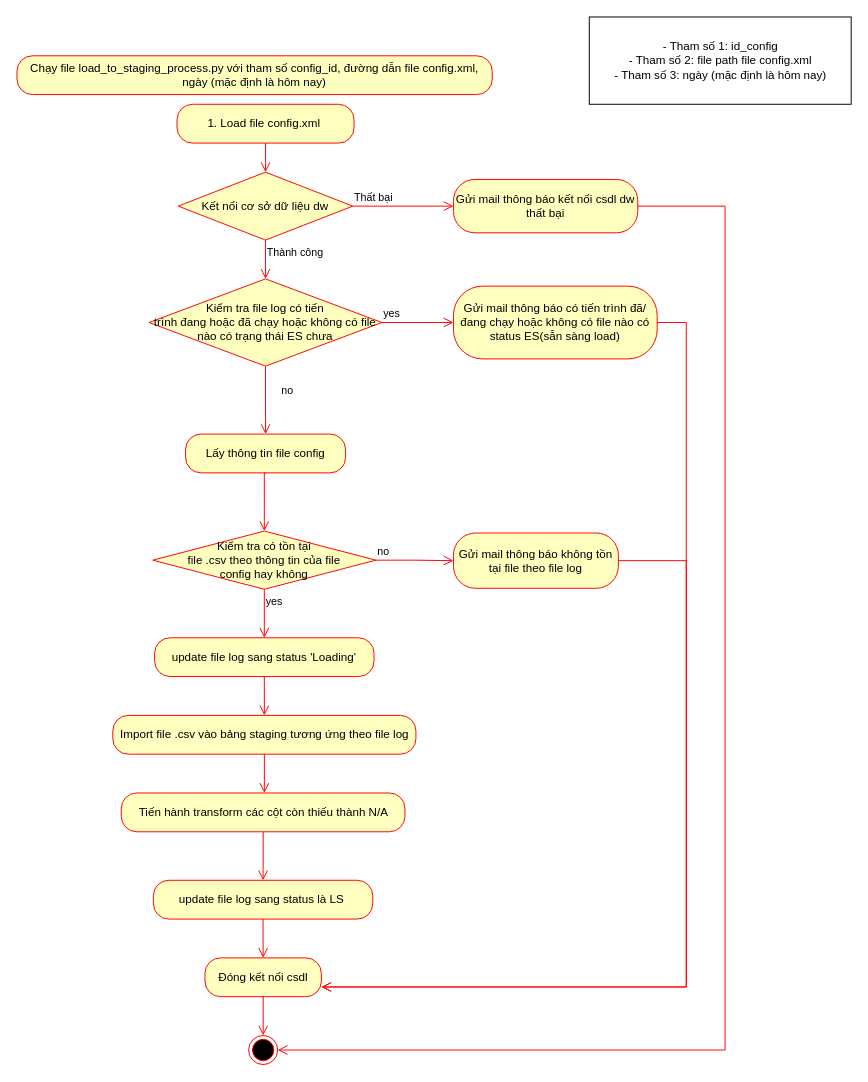
Above: page "Load to staging" (3 of 4) of architecture.drawio in million-dollar-dev/nlu-data-warehouse_project (draw.io), before the change. Source tidied: cells renumbered, new cells numbered last; positions are measured from the earlier drawing's top-left corner, leaving out a move shared by most shapes. Both pictures are drawn from the tidied source at 97%, with x=0, y=0 at pixel (16, 16).
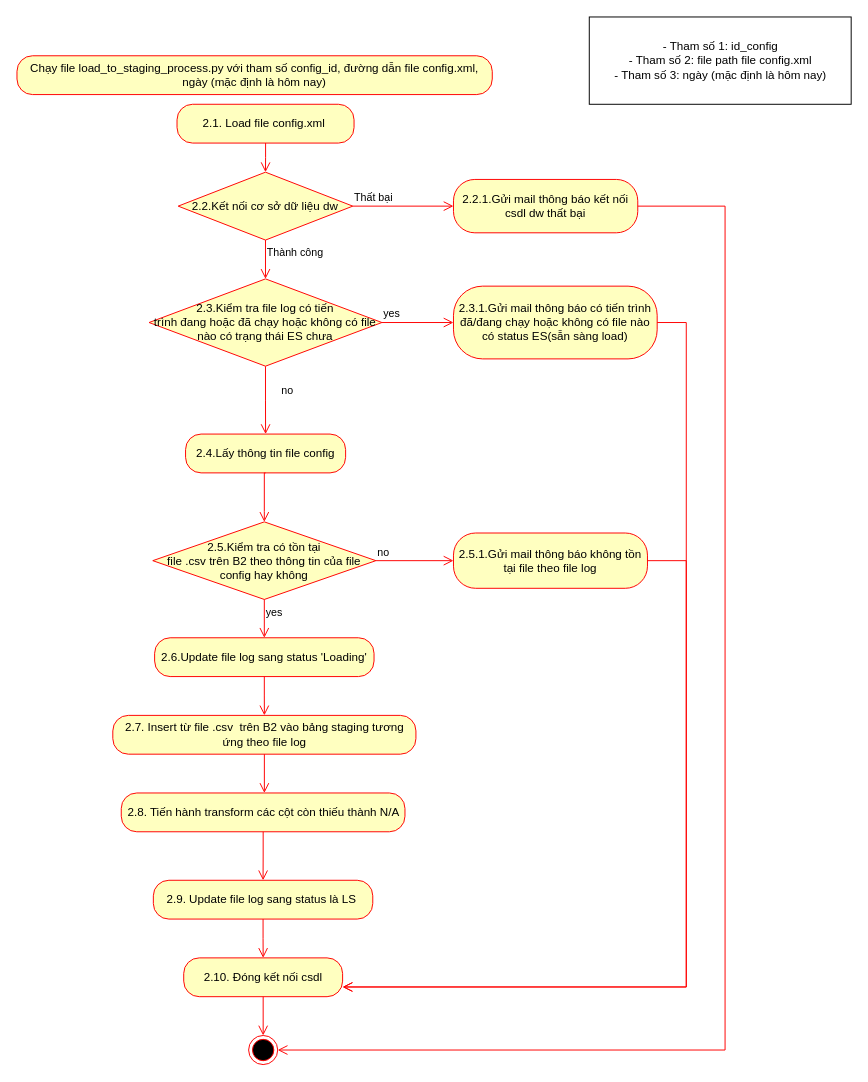
Above is the later version.

The edit, as a diff of the source:
```diff
@@
-    <mxCell id="4" value="Import file .csv vào bảng staging tương ứng theo file log" style="rounded=1;whiteSpace=wrap;html=1;arcSize=40;fontColor=#000000;fillColor=#ffffc0;strokeColor=#ff0000;" parent="1" vertex="1">
+    <mxCell id="4" value="2.7. Insert từ file .csv&amp;nbsp; trên B2 vào bảng staging tương ứng theo file log" style="rounded=1;whiteSpace=wrap;html=1;arcSize=40;fontColor=#000000;fillColor=#ffffc0;strokeColor=#ff0000;" parent="1" vertex="1">
       <mxGeometry x="98.8" y="720" width="312.5" height="40" as="geometry" />
     </mxCell>
@@
-    <mxCell id="6" value="Tiến hành transform các cột còn thiếu thành N/A" style="rounded=1;whiteSpace=wrap;html=1;arcSize=40;fontColor=#000000;fillColor=#ffffc0;strokeColor=#ff0000;" parent="1" vertex="1">
+    <mxCell id="6" value="2.8. Tiến hành transform các cột còn thiếu thành N/A" style="rounded=1;whiteSpace=wrap;html=1;arcSize=40;fontColor=#000000;fillColor=#ffffc0;strokeColor=#ff0000;" parent="1" vertex="1">
       <mxGeometry x="107.5" y="800" width="292.5" height="40" as="geometry" />
     </mxCell>
@@
-    <mxCell id="8" value="Lấy thông tin file config" style="rounded=1;whiteSpace=wrap;html=1;arcSize=40;fontColor=#000000;fillColor=#ffffc0;strokeColor=#ff0000;" parent="1" vertex="1">
+    <mxCell id="8" value="2.4.Lấy thông tin file config" style="rounded=1;whiteSpace=wrap;html=1;arcSize=40;fontColor=#000000;fillColor=#ffffc0;strokeColor=#ff0000;" parent="1" vertex="1">
       <mxGeometry x="173.8" y="430" width="165" height="40" as="geometry" />
     </mxCell>
-    <mxCell id="9" value="update file log sang status là LS&amp;nbsp;&lt;br&gt;" style="rounded=1;whiteSpace=wrap;html=1;arcSize=40;fontColor=#000000;fillColor=#ffffc0;strokeColor=#ff0000;" parent="1" vertex="1">
+    <mxCell id="9" value="2.9. Update file log sang status là LS&amp;nbsp;" style="rounded=1;whiteSpace=wrap;html=1;arcSize=40;fontColor=#000000;fillColor=#ffffc0;strokeColor=#ff0000;" parent="1" vertex="1">
       <mxGeometry x="140.6" y="890" width="226.2" height="40" as="geometry" />
     </mxCell>
@@
-    <mxCell id="11" value="1. Load file config.xml&amp;nbsp;" style="rounded=1;whiteSpace=wrap;html=1;arcSize=40;fontColor=#000000;fillColor=#ffffc0;strokeColor=#ff0000;" parent="1" vertex="1">
+    <mxCell id="11" value="2.1. Load file config.xml&amp;nbsp;" style="rounded=1;whiteSpace=wrap;html=1;arcSize=40;fontColor=#000000;fillColor=#ffffc0;strokeColor=#ff0000;" parent="1" vertex="1">
       <mxGeometry x="165" y="90" width="182.5" height="40" as="geometry" />
     </mxCell>
@@
-    <mxCell id="13" value="Kết nối cơ sở dữ liệu dw" style="rhombus;whiteSpace=wrap;html=1;fillColor=#ffffc0;strokeColor=#ff0000;" parent="1" vertex="1">
+    <mxCell id="13" value="2.2.Kết nối cơ sở dữ liệu dw" style="rhombus;whiteSpace=wrap;html=1;fillColor=#ffffc0;strokeColor=#ff0000;" parent="1" vertex="1">
       <mxGeometry x="166.2" y="160" width="180" height="70" as="geometry" />
     </mxCell>
@@
-    <mxCell id="18" value="Kiểm tra file log có tiến &lt;br&gt;trình đang hoặc đã chạy hoặc không có file nào có trạng thái ES chưa" style="rhombus;whiteSpace=wrap;html=1;fillColor=#ffffc0;strokeColor=#ff0000;" parent="1" vertex="1">
+    <mxCell id="18" value="2.3.Kiểm tra file log có tiến &lt;br&gt;trình đang hoặc đã chạy hoặc không có file nào có trạng thái ES chưa" style="rhombus;whiteSpace=wrap;html=1;fillColor=#ffffc0;strokeColor=#ff0000;" parent="1" vertex="1">
       <mxGeometry x="136.2" y="270" width="240" height="90" as="geometry" />
     </mxCell>
-    <mxCell id="19" value="Kiểm tra có tồn tại &lt;br&gt;file .csv&amp;nbsp;theo thông tin của file &lt;br&gt;config hay không" style="rhombus;whiteSpace=wrap;html=1;fillColor=#ffffc0;strokeColor=#ff0000;" parent="1" vertex="1">
-      <mxGeometry x="140" y="530" width="230" height="60" as="geometry" />
+    <mxCell id="19" value="2.5.Kiểm tra có tồn tại &lt;br&gt;file .csv trên B2 theo thông tin của file &lt;br&gt;config hay không" style="rhombus;whiteSpace=wrap;html=1;fillColor=#ffffc0;strokeColor=#ff0000;" parent="1" vertex="1">
+      <mxGeometry x="140" y="520.5" width="230" height="80" as="geometry" />
     </mxCell>
@@
-    <mxCell id="23" value="update file log sang status 'Loading'" style="rounded=1;whiteSpace=wrap;html=1;arcSize=40;fontColor=#000000;fillColor=#ffffc0;strokeColor=#ff0000;" parent="1" vertex="1">
+    <mxCell id="23" value="2.6.Update file log sang status 'Loading'" style="rounded=1;whiteSpace=wrap;html=1;arcSize=40;fontColor=#000000;fillColor=#ffffc0;strokeColor=#ff0000;" parent="1" vertex="1">
       <mxGeometry x="141.9" y="640" width="226.2" height="40" as="geometry" />
     </mxCell>
@@
-    <mxCell id="25" value="Gửi mail thông báo kết nối csdl dw thất bại" style="rounded=1;whiteSpace=wrap;html=1;arcSize=40;fontColor=#000000;fillColor=#ffffc0;strokeColor=#ff0000;" parent="1" vertex="1">
+    <mxCell id="25" value="2.2.1.Gửi mail thông báo kết nối csdl dw thất bại" style="rounded=1;whiteSpace=wrap;html=1;arcSize=40;fontColor=#000000;fillColor=#ffffc0;strokeColor=#ff0000;" parent="1" vertex="1">
       <mxGeometry x="450" y="167.5" width="190" height="55" as="geometry" />
     </mxCell>
-    <mxCell id="26" value="Gửi mail thông báo có tiến trình đã/đang chạy hoặc không có file nào có status ES(sẵn sàng load)" style="rounded=1;whiteSpace=wrap;html=1;arcSize=40;fontColor=#000000;fillColor=#ffffc0;strokeColor=#ff0000;" parent="1" vertex="1">
+    <mxCell id="26" value="2.3.1.Gửi mail thông báo có tiến trình đã/đang chạy hoặc không có file nào có status ES(sẵn sàng load)" style="rounded=1;whiteSpace=wrap;html=1;arcSize=40;fontColor=#000000;fillColor=#ffffc0;strokeColor=#ff0000;" parent="1" vertex="1">
       <mxGeometry x="450" y="277.5" width="210" height="75" as="geometry" />
     </mxCell>
-    <mxCell id="27" value="Gửi mail thông báo không tồn tại file theo file log" style="rounded=1;whiteSpace=wrap;html=1;arcSize=40;fontColor=#000000;fillColor=#ffffc0;strokeColor=#ff0000;" parent="1" vertex="1">
-      <mxGeometry x="450" y="532" width="170" height="57" as="geometry" />
+    <mxCell id="27" value="2.5.1.Gửi mail thông báo không tồn tại file theo file log" style="rounded=1;whiteSpace=wrap;html=1;arcSize=40;fontColor=#000000;fillColor=#ffffc0;strokeColor=#ff0000;" parent="1" vertex="1">
+      <mxGeometry x="450" y="532" width="200" height="57" as="geometry" />
     </mxCell>
-    <mxCell id="28" value="Đóng kết nối csdl" style="rounded=1;whiteSpace=wrap;html=1;arcSize=40;fontColor=#000000;fillColor=#ffffc0;strokeColor=#ff0000;" parent="1" vertex="1">
-      <mxGeometry x="193.8" y="970" width="120" height="40" as="geometry" />
+    <mxCell id="28" value="2.10. Đóng kết nối csdl" style="rounded=1;whiteSpace=wrap;html=1;arcSize=40;fontColor=#000000;fillColor=#ffffc0;strokeColor=#ff0000;" parent="1" vertex="1">
+      <mxGeometry x="171.9" y="970" width="163.8" height="40" as="geometry" />
     </mxCell>
```
